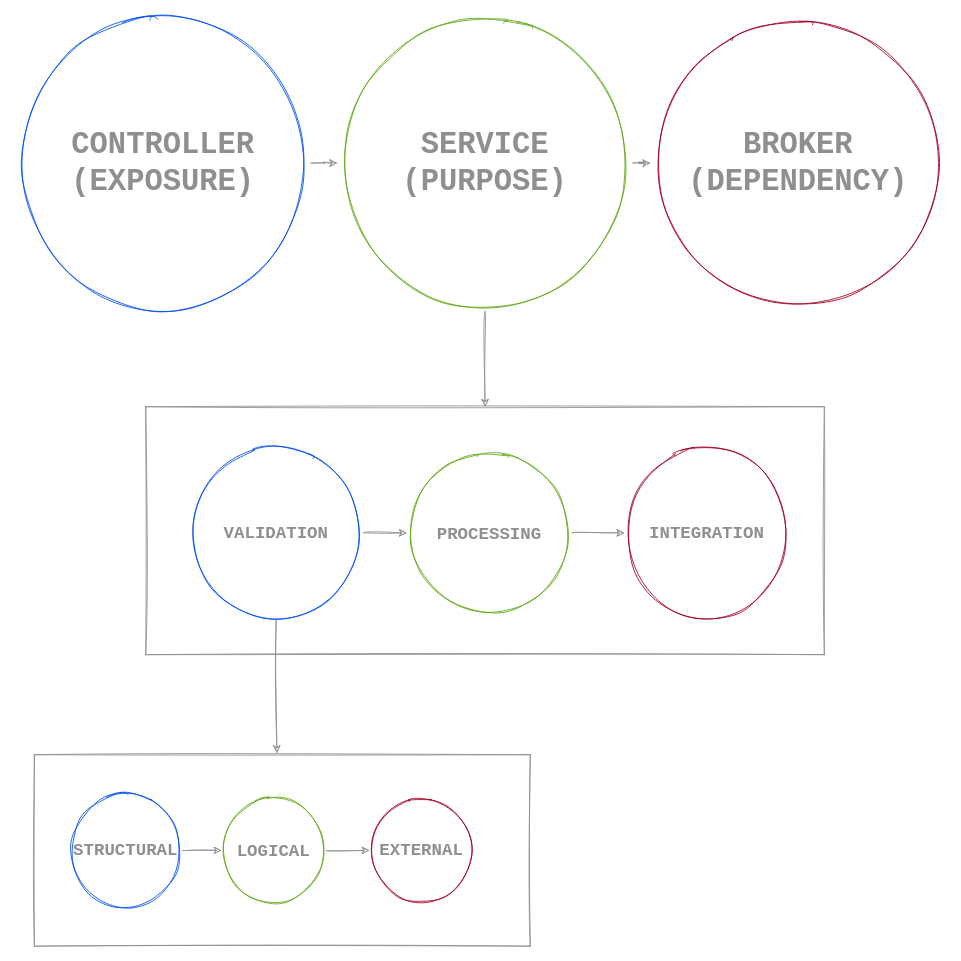
Above: page "0.0.5 2" (5 of 7) of 0. Pendahuluan/Sumber/Teori/Teori.drawio in hassanhabib/The-Standard-Malaysian (draw.io), before the change. Source tidied: cells renumbered, new cells numbered last; positions are measured from the earlier drawing's top-left corner, leaving out a move shared by most shapes. Both pictures are drawn from the tidied source at 87%, with x=0, y=0 at pixel (15, 15).
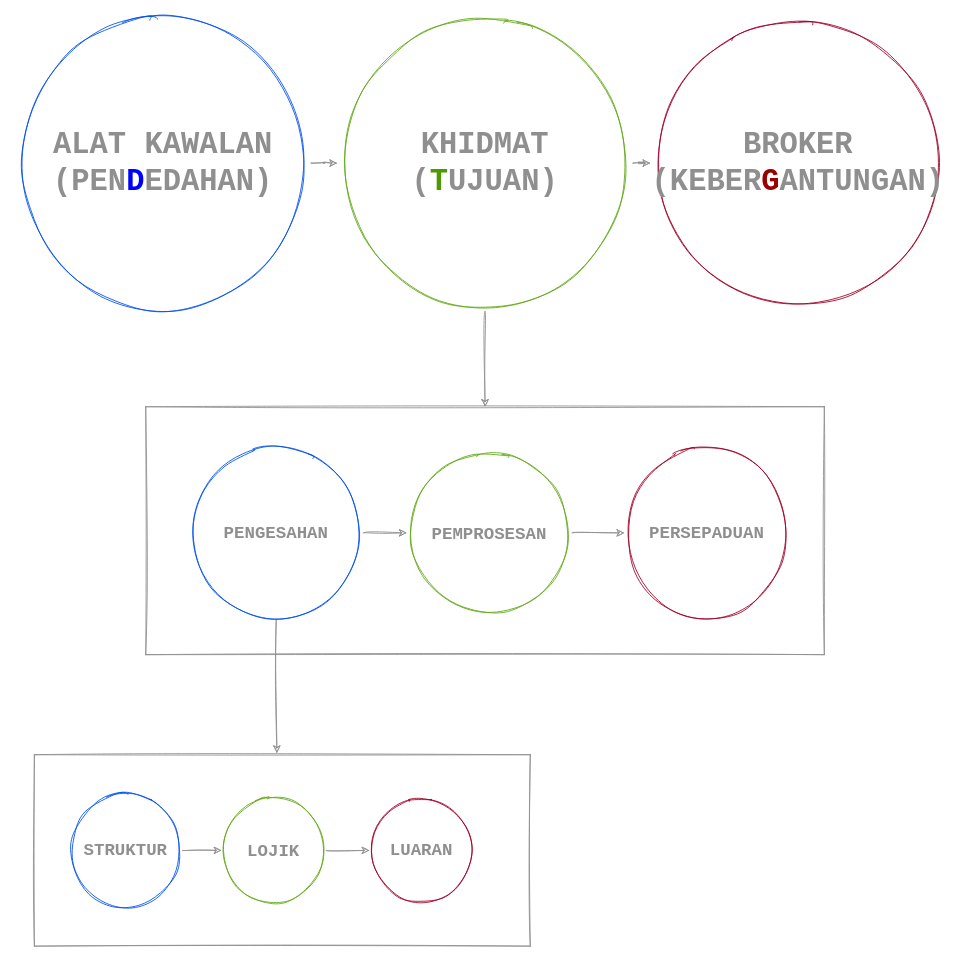
Above is the later version.

Change to the diagram source:
```diff
@@
-    <mxCell id="4" value="BROKER&lt;br&gt;(DEPENDENCY)" style="ellipse;whiteSpace=wrap;html=1;rounded=1;sketch=1;fillColor=none;strokeColor=#A20025;fontFamily=Courier New;fontStyle=1;fontSize=35;fontColor=#8F8F8F;" parent="1" vertex="1">
+    <mxCell id="4" value="BROKER&lt;br&gt;(KEBER&lt;font color=&quot;#990000&quot;&gt;G&lt;/font&gt;ANTUNGAN)" style="ellipse;whiteSpace=wrap;html=1;rounded=1;sketch=1;fillColor=none;strokeColor=#A20025;fontFamily=Courier New;fontStyle=1;fontSize=35;fontColor=#8F8F8F;" parent="1" vertex="1">
       <mxGeometry x="730" width="340" height="340" as="geometry" />
     </mxCell>
@@
-    <mxCell id="7" value="&lt;font style=&quot;font-size: 35px&quot;&gt;SERVICE&lt;br&gt;(PURPOSE)&lt;br&gt;&lt;/font&gt;" style="ellipse;whiteSpace=wrap;html=1;rounded=1;sketch=1;fillColor=none;strokeColor=#60A917;fontFamily=Courier New;fontStyle=1;fontSize=25;fontColor=#8F8F8F;" parent="1" vertex="1">
+    <mxCell id="7" value="&lt;font style=&quot;font-size: 35px&quot;&gt;KHIDMAT&lt;br&gt;(&lt;font color=&quot;#4d9900&quot;&gt;T&lt;/font&gt;UJUAN)&lt;br&gt;&lt;/font&gt;" style="ellipse;whiteSpace=wrap;html=1;rounded=1;sketch=1;fillColor=none;strokeColor=#60A917;fontFamily=Courier New;fontStyle=1;fontSize=25;fontColor=#8F8F8F;" parent="1" vertex="1">
       <mxGeometry x="370" width="340" height="340" as="geometry" />
     </mxCell>
@@
-    <mxCell id="9" value="&lt;font style=&quot;font-size: 35px&quot;&gt;CONTROLLER&lt;br&gt;(EXPOSURE)&lt;br&gt;&lt;/font&gt;" style="ellipse;whiteSpace=wrap;html=1;rounded=1;sketch=1;fillColor=none;strokeColor=#0050EF;fontFamily=Courier New;fontStyle=1;fontColor=#8F8F8F;" parent="1" vertex="1">
+    <mxCell id="9" value="&lt;font style=&quot;font-size: 35px&quot;&gt;ALAT KAWALAN&lt;br&gt;(PEN&lt;font color=&quot;#0000ff&quot;&gt;D&lt;/font&gt;EDAHAN)&lt;br&gt;&lt;/font&gt;" style="ellipse;whiteSpace=wrap;html=1;rounded=1;sketch=1;fillColor=none;strokeColor=#0050EF;fontFamily=Courier New;fontStyle=1;fontColor=#8F8F8F;" parent="1" vertex="1">
       <mxGeometry width="340" height="340" as="geometry" />
     </mxCell>
-    <mxCell id="10" value="INTEGRATION" style="ellipse;whiteSpace=wrap;html=1;rounded=1;sketch=1;fillColor=none;strokeColor=#A20025;fontFamily=Courier New;fontStyle=1;fontSize=20;fontColor=#8F8F8F;" parent="1" vertex="1">
+    <mxCell id="10" value="PERSEPADUAN" style="ellipse;whiteSpace=wrap;html=1;rounded=1;sketch=1;fillColor=none;strokeColor=#A20025;fontFamily=Courier New;fontStyle=1;fontSize=20;fontColor=#8F8F8F;" parent="1" vertex="1">
       <mxGeometry x="700" y="500" width="190" height="190" as="geometry" />
     </mxCell>
@@
-    <mxCell id="12" value="&lt;font&gt;&lt;font style=&quot;font-size: 20px&quot;&gt;PROCESSING&lt;/font&gt;&lt;br&gt;&lt;/font&gt;" style="ellipse;whiteSpace=wrap;html=1;rounded=1;sketch=1;fillColor=none;strokeColor=#60A917;fontFamily=Courier New;fontStyle=1;fontSize=25;fontColor=#8F8F8F;" parent="1" vertex="1">
+    <mxCell id="12" value="&lt;font&gt;&lt;font style=&quot;font-size: 20px&quot;&gt;PEMPROSESAN&lt;/font&gt;&lt;br&gt;&lt;/font&gt;" style="ellipse;whiteSpace=wrap;html=1;rounded=1;sketch=1;fillColor=none;strokeColor=#60A917;fontFamily=Courier New;fontStyle=1;fontSize=25;fontColor=#8F8F8F;" parent="1" vertex="1">
       <mxGeometry x="450" y="500" width="190" height="190" as="geometry" />
     </mxCell>
@@
-    <mxCell id="15" value="&lt;font&gt;&lt;font style=&quot;font-size: 20px&quot;&gt;VALIDATION&lt;/font&gt;&lt;br&gt;&lt;/font&gt;" style="ellipse;whiteSpace=wrap;html=1;rounded=1;sketch=1;fillColor=none;strokeColor=#0050EF;fontFamily=Courier New;fontStyle=1;fontColor=#8F8F8F;" parent="1" vertex="1">
+    <mxCell id="15" value="&lt;font&gt;&lt;font style=&quot;font-size: 20px&quot;&gt;PENGESAHAN&lt;/font&gt;&lt;br&gt;&lt;/font&gt;" style="ellipse;whiteSpace=wrap;html=1;rounded=1;sketch=1;fillColor=none;strokeColor=#0050EF;fontFamily=Courier New;fontStyle=1;fontColor=#8F8F8F;" parent="1" vertex="1">
       <mxGeometry x="200" y="495" width="200" height="200" as="geometry" />
     </mxCell>
-    <mxCell id="16" value="EXTERNAL" style="ellipse;whiteSpace=wrap;html=1;rounded=1;sketch=1;fillColor=none;strokeColor=#A20025;fontFamily=Courier New;fontStyle=1;fontSize=20;fontColor=#8F8F8F;" parent="1" vertex="1">
+    <mxCell id="16" value="LUARAN" style="ellipse;whiteSpace=wrap;html=1;rounded=1;sketch=1;fillColor=none;strokeColor=#A20025;fontFamily=Courier New;fontStyle=1;fontSize=20;fontColor=#8F8F8F;" parent="1" vertex="1">
       <mxGeometry x="407" y="900" width="120" height="120" as="geometry" />
     </mxCell>
@@
-    <mxCell id="18" value="&lt;font&gt;&lt;font style=&quot;font-size: 20px&quot;&gt;LOGICAL&lt;/font&gt;&lt;br&gt;&lt;/font&gt;" style="ellipse;whiteSpace=wrap;html=1;rounded=1;sketch=1;fillColor=none;strokeColor=#60A917;fontFamily=Courier New;fontStyle=1;fontSize=25;fontColor=#8F8F8F;" parent="1" vertex="1">
+    <mxCell id="18" value="&lt;font&gt;&lt;font style=&quot;font-size: 20px&quot;&gt;LOJIK&lt;/font&gt;&lt;br&gt;&lt;/font&gt;" style="ellipse;whiteSpace=wrap;html=1;rounded=1;sketch=1;fillColor=none;strokeColor=#60A917;fontFamily=Courier New;fontStyle=1;fontSize=25;fontColor=#8F8F8F;" parent="1" vertex="1">
       <mxGeometry x="237" y="900" width="120" height="120" as="geometry" />
     </mxCell>
@@
-    <mxCell id="20" value="&lt;font&gt;&lt;font style=&quot;font-size: 20px&quot;&gt;STRUCTURAL&lt;/font&gt;&lt;br&gt;&lt;/font&gt;" style="ellipse;whiteSpace=wrap;html=1;rounded=1;sketch=1;fillColor=none;strokeColor=#0050EF;fontFamily=Courier New;fontStyle=1;fontColor=#8F8F8F;" parent="1" vertex="1">
+    <mxCell id="20" value="&lt;font&gt;&lt;font style=&quot;font-size: 20px&quot;&gt;STRUKTUR&lt;/font&gt;&lt;br&gt;&lt;/font&gt;" style="ellipse;whiteSpace=wrap;html=1;rounded=1;sketch=1;fillColor=none;strokeColor=#0050EF;fontFamily=Courier New;fontStyle=1;fontColor=#8F8F8F;" parent="1" vertex="1">
       <mxGeometry x="62" y="895" width="130" height="130" as="geometry" />
     </mxCell>
```
